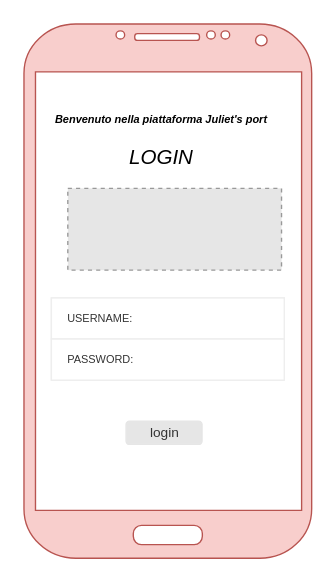
Earlier version of the draw.io diagram page "LOGIN" (3 of 5) of WIREFRAME/Untitled Diagram.drawio (giuliacangani02/EsameGiulia2021). Source tidied: cells renumbered, new cells numbered last; positions are measured from the earlier drawing's top-left corner, leaving out a move shared by most shapes. Both pictures are drawn from the tidied source at 137%, with x=0, y=0 at pixel (23, 23). Pictures stored in the file or linked from it are replaced by grey dashed boxes.
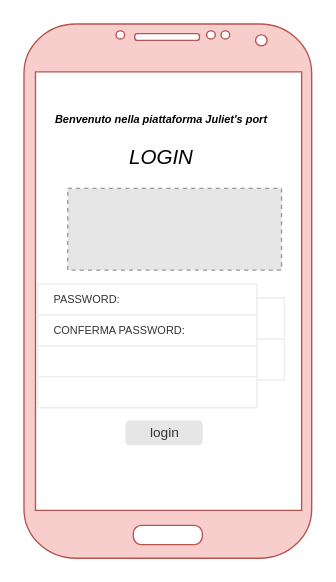
After the change.

What changed in the source:
```diff
@@
 <mxGraphModel>
   <root>
     <mxCell id="0" />
     <mxCell id="1" parent="0" />
     <mxCell id="2" style="verticalLabelPosition=bottom;verticalAlign=top;html=1;shadow=0;dashed=0;strokeWidth=1;shape=mxgraph.android.phone2;strokeColor=#b85450;fillColor=#f8cecc;" parent="1" vertex="1">
       <mxGeometry width="210" height="390" as="geometry" />
     </mxCell>
     <mxCell id="3" value="login" style="rounded=1;html=1;shadow=0;dashed=0;whiteSpace=wrap;fontSize=10;fillColor=#E6E6E6;align=center;strokeColor=#E6E6E6;fontColor=#333333;" parent="1" vertex="1">
       <mxGeometry x="74.5" y="290" width="55.5" height="16.9" as="geometry" />
     </mxCell>
     <mxCell id="4" value="&lt;font style=&quot;font-size: 22px&quot;&gt;&lt;span style=&quot;font-size: 8px&quot;&gt;&lt;i&gt;Benvenuto nella piattaforma Juliet's port&lt;/i&gt;&lt;/span&gt;&lt;/font&gt;" style="text;html=1;fontSize=24;fontStyle=1;verticalAlign=middle;align=center;" parent="1" vertex="1">
       <mxGeometry x="32" y="40" width="136" height="50" as="geometry" />
     </mxCell>
     <mxCell id="5" style="strokeWidth=1;html=1;shadow=0;dashed=0;shape=mxgraph.android.rrect;rSize=0;strokeColor=#eeeeee;fillColor=#ffffff;gradientColor=none;" parent="1" vertex="1">
       <mxGeometry x="20" y="200" width="170" height="60" as="geometry" />
     </mxCell>
     <mxCell id="6" value="USERNAME:" style="strokeColor=inherit;fillColor=inherit;gradientColor=inherit;strokeWidth=1;html=1;shadow=0;dashed=0;shape=mxgraph.android.rrect;rSize=0;align=left;spacingLeft=10;fontSize=8;fontColor=#333333;" parent="5" vertex="1">
       <mxGeometry width="170" height="30" as="geometry" />
     </mxCell>
     <mxCell id="7" value="PASSWORD:" style="strokeColor=inherit;fillColor=inherit;gradientColor=inherit;strokeWidth=1;html=1;shadow=0;dashed=0;shape=mxgraph.android.rrect;rSize=0;align=left;spacingLeft=10;fontSize=8;fontColor=#333333;" parent="5" vertex="1">
       <mxGeometry y="30" width="170" height="30" as="geometry" />
     </mxCell>
     <mxCell id="8" value="&lt;font size=&quot;1&quot;&gt;&lt;i style=&quot;font-weight: normal ; font-size: 15px&quot;&gt;LOGIN&lt;/i&gt;&lt;/font&gt;" style="text;strokeColor=none;fillColor=none;html=1;fontSize=24;fontStyle=1;verticalAlign=middle;align=center;" parent="1" vertex="1">
       <mxGeometry x="50" y="80" width="100" height="30" as="geometry" />
     </mxCell>
     <mxCell id="9" style="fillColor=#E6E6E6;strokeColor=#999999;dashed=1;verticalLabelPosition=bottom;labelBackgroundColor=#ffffff;verticalAlign=top;" parent="1" vertex="1">
       <mxGeometry x="32" y="120" width="156" height="59.7" as="geometry" />
     </mxCell>
+    <mxCell id="10" style="strokeWidth=1;html=1;shadow=0;dashed=0;shape=mxgraph.android.rrect;rSize=0;strokeColor=#eeeeee;fillColor=#ffffff;gradientColor=none;" parent="1" vertex="1">
+      <mxGeometry x="10" y="190" width="160" height="90" as="geometry" />
+    </mxCell>
+    <mxCell id="11" value="PASSWORD:" style="strokeColor=inherit;fillColor=inherit;gradientColor=inherit;strokeWidth=1;html=1;shadow=0;dashed=0;shape=mxgraph.android.rrect;rSize=0;align=left;spacingLeft=10;fontSize=8;fontColor=#333333;" parent="10" vertex="1">
+      <mxGeometry width="160" height="22.5" as="geometry" />
+    </mxCell>
+    <mxCell id="12" value="CONFERMA PASSWORD:" style="strokeColor=inherit;fillColor=inherit;gradientColor=inherit;strokeWidth=1;html=1;shadow=0;dashed=0;shape=mxgraph.android.rrect;rSize=0;align=left;spacingLeft=10;fontSize=8;fontColor=#333333;" parent="10" vertex="1">
+      <mxGeometry y="22.5" width="160" height="22.5" as="geometry" />
+    </mxCell>
+    <mxCell id="13" style="strokeColor=inherit;fillColor=inherit;gradientColor=inherit;strokeWidth=1;html=1;shadow=0;dashed=0;shape=mxgraph.android.rrect;rSize=0;align=left;spacingLeft=10;fontSize=8;fontColor=#333333;" parent="10" vertex="1">
+      <mxGeometry y="45" width="160" height="22.5" as="geometry" />
+    </mxCell>
+    <mxCell id="14" style="strokeColor=inherit;fillColor=inherit;gradientColor=inherit;strokeWidth=1;html=1;shadow=0;dashed=0;shape=mxgraph.android.rrect;rSize=0;align=left;spacingLeft=10;fontSize=8;fontColor=#333333;" parent="10" vertex="1">
+      <mxGeometry y="67.5" width="160" height="22.5" as="geometry" />
+    </mxCell>
   </root>
 </mxGraphModel>
```
